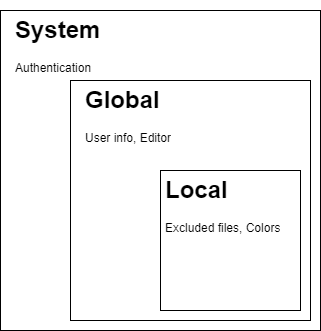
Earlier version of the draw.io export Assets/images/Untitled Diagram.drawio.png (braboj/tutorial-git). Source tidied: cells renumbered, new cells last; positions are measured from the earlier drawing's top-left corner, leaving out a move shared by most shapes. The source it was exported from:
```xml
<mxGraphModel>
  <root>
    <mxCell id="0" />
    <mxCell id="1" parent="0" />
    <mxCell id="2" style="whiteSpace=wrap;html=1;" parent="1" vertex="1">
      <mxGeometry width="320" height="320" as="geometry" />
    </mxCell>
    <mxCell id="3" style="whiteSpace=wrap;html=1;" parent="1" vertex="1">
      <mxGeometry x="70" y="70" width="240" height="240" as="geometry" />
    </mxCell>
    <mxCell id="4" style="whiteSpace=wrap;html=1;" parent="1" vertex="1">
      <mxGeometry x="160" y="160" width="140" height="140" as="geometry" />
    </mxCell>
    <mxCell id="5" value="&lt;h1&gt;System&lt;/h1&gt;&lt;p&gt;Authentication&lt;/p&gt;" style="text;html=1;strokeColor=none;fillColor=none;spacing=5;spacingTop=-20;whiteSpace=wrap;overflow=hidden;rounded=0;" parent="1" vertex="1">
      <mxGeometry x="10" width="140" height="80" as="geometry" />
    </mxCell>
    <mxCell id="6" value="&lt;h1&gt;Global&lt;/h1&gt;&lt;p&gt;User info, Editor&lt;/p&gt;" style="text;html=1;strokeColor=none;fillColor=none;spacing=5;spacingTop=-20;whiteSpace=wrap;overflow=hidden;rounded=0;" parent="1" vertex="1">
      <mxGeometry x="80" y="70" width="140" height="80" as="geometry" />
    </mxCell>
    <mxCell id="7" value="&lt;h1&gt;Local&lt;/h1&gt;&lt;p&gt;Excluded files, Colors&lt;/p&gt;" style="text;html=1;strokeColor=none;fillColor=none;spacing=5;spacingTop=-20;whiteSpace=wrap;overflow=hidden;rounded=0;" parent="1" vertex="1">
      <mxGeometry x="160" y="160" width="140" height="80" as="geometry" />
    </mxCell>
  </root>
</mxGraphModel>
```
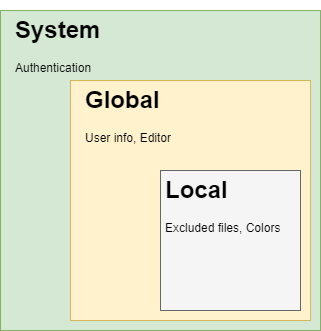
Above is the later version.

Change to the diagram source:
```diff
@@ -2,13 +2,13 @@
   <root>
     <mxCell id="0" />
     <mxCell id="1" parent="0" />
-    <mxCell id="2" style="whiteSpace=wrap;html=1;" parent="1" vertex="1">
+    <mxCell id="2" style="whiteSpace=wrap;html=1;fillColor=#d5e8d4;strokeColor=#82b366;" parent="1" vertex="1">
       <mxGeometry width="320" height="320" as="geometry" />
     </mxCell>
-    <mxCell id="3" style="whiteSpace=wrap;html=1;" parent="1" vertex="1">
+    <mxCell id="3" style="whiteSpace=wrap;html=1;fillColor=#fff2cc;strokeColor=#d6b656;" parent="1" vertex="1">
       <mxGeometry x="70" y="70" width="240" height="240" as="geometry" />
     </mxCell>
-    <mxCell id="4" style="whiteSpace=wrap;html=1;" parent="1" vertex="1">
+    <mxCell id="4" style="whiteSpace=wrap;html=1;fillColor=#f5f5f5;fontColor=#333333;strokeColor=#666666;" parent="1" vertex="1">
       <mxGeometry x="160" y="160" width="140" height="140" as="geometry" />
     </mxCell>
     <mxCell id="5" value="&lt;h1&gt;System&lt;/h1&gt;&lt;p&gt;Authentication&lt;/p&gt;" style="text;html=1;strokeColor=none;fillColor=none;spacing=5;spacingTop=-20;whiteSpace=wrap;overflow=hidden;rounded=0;" parent="1" vertex="1">
```
